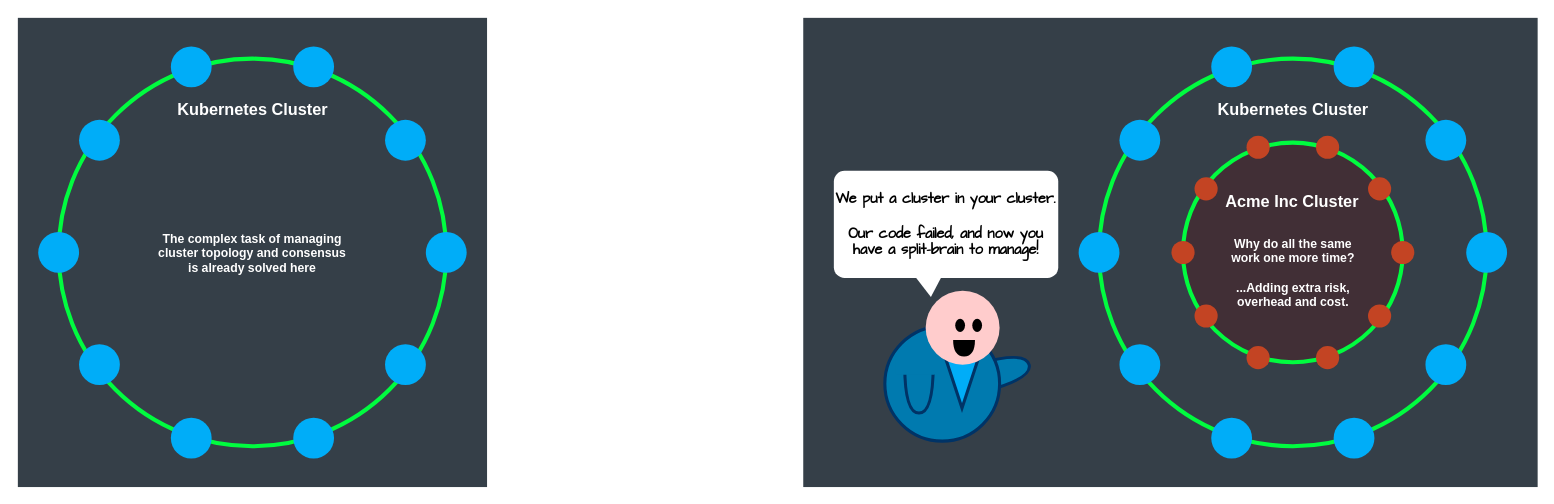
This is page "Clusters" (12 of 13) of hugo/content/docs/cluster/intro/clusterintro.drawio from asynkron/protoactor-website, a draw.io file, before an edit. Source tidied: cells renumbered, new cells numbered last; positions are measured from the earlier drawing's top-left corner, leaving out a move shared by most shapes. Both pictures are drawn from the tidied source at 102%, with x=0, y=0 at pixel (17, 17).
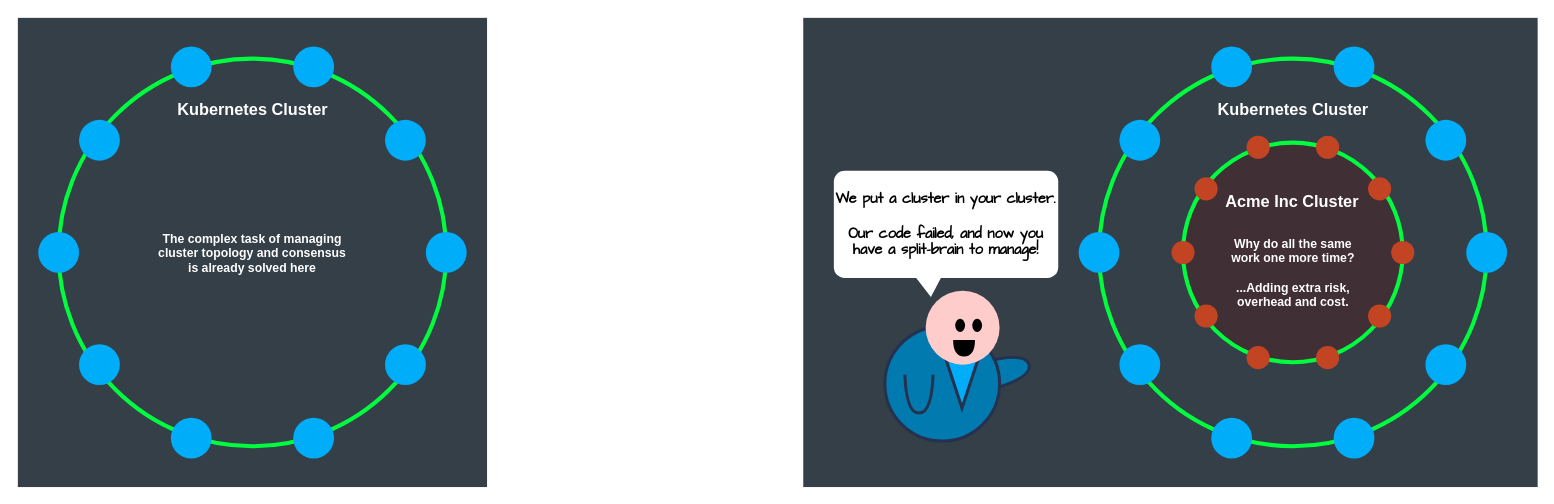
Above is the later version.

Change to the diagram source:
```diff
@@
-    <mxCell id="3" style="shape=or;whiteSpace=wrap;html=1;strokeWidth=3;gradientColor=none;fontFamily=Comic Sans MS;fontSize=12;fontColor=#FFFFFF;rotation=-15;fillColor=#007AAF;fontStyle=0;strokeColor=#003366;" parent="1" vertex="1">
+    <mxCell id="3" style="shape=or;whiteSpace=wrap;html=1;strokeWidth=3;gradientColor=none;fontFamily=Comic Sans MS;fontSize=12;fontColor=#FFFFFF;rotation=-15;fillColor=#007AAF;fontStyle=0;sketch=0;strokeColor=#25324F;" parent="1" vertex="1">
       <mxGeometry x="945.3" y="332.1" width="46.9" height="27.9" as="geometry" />
     </mxCell>
-    <mxCell id="4" style="ellipse;whiteSpace=wrap;html=1;strokeWidth=3;fontColor=#FFFFFF;fontStyle=1;fillColor=#007AAF;strokeColor=#003366;" parent="1" vertex="1">
+    <mxCell id="4" style="ellipse;whiteSpace=wrap;html=1;strokeWidth=3;fontColor=#FFFFFF;fontStyle=1;fillColor=#007AAF;strokeColor=#25324F;" parent="1" vertex="1">
       <mxGeometry x="850" y="302.5" width="112.5" height="112.5" as="geometry" />
     </mxCell>
-    <mxCell id="5" style="triangle;whiteSpace=wrap;html=1;strokeWidth=3;gradientColor=none;fontFamily=Comic Sans MS;fontSize=12;fontColor=#FFFFFF;rotation=90;fillColor=#00ADF8;strokeColor=#003366;" parent="1" vertex="1">
+    <mxCell id="5" style="triangle;whiteSpace=wrap;html=1;strokeWidth=3;gradientColor=none;fontFamily=Comic Sans MS;fontSize=12;fontColor=#FFFFFF;rotation=90;fillColor=#00ADF8;strokeColor=#25324F;" parent="1" vertex="1">
       <mxGeometry x="900" y="340" width="51.3" height="33.8" as="geometry" />
     </mxCell>
@@
-    <mxCell id="7" style="ellipse;whiteSpace=wrap;html=1;strokeColor=#00FC3F;strokeWidth=4;fillColor=none;" parent="1" vertex="1">
+    <mxCell id="7" style="ellipse;whiteSpace=wrap;html=1;strokeColor=#00FC3F;strokeWidth=4;fillColor=none;sketch=0;" parent="1" vertex="1">
       <mxGeometry x="1060" y="40" width="380" height="380" as="geometry" />
     </mxCell>
@@
-    <mxCell id="46" style="ellipse;whiteSpace=wrap;html=1;strokeWidth=3;fontColor=#FFFFFF;fontStyle=1;strokeColor=none;fillColor=#FFCCCC;" parent="1" vertex="1">
+    <mxCell id="46" style="ellipse;whiteSpace=wrap;html=1;strokeWidth=3;fontColor=#FFFFFF;fontStyle=1;fillColor=#FFCCCC;strokeColor=none;" parent="1" vertex="1">
       <mxGeometry x="890" y="267.5" width="72.5" height="72.5" as="geometry" />
     </mxCell>
@@
-    <mxCell id="51" style="shape=or;whiteSpace=wrap;html=1;strokeWidth=3;gradientColor=none;fontFamily=Comic Sans MS;fontSize=12;fontColor=#FFFFFF;rotation=90;fillColor=#007AAF;strokeOpacity=100;strokeColor=#003366;" parent="1" vertex="1">
+    <mxCell id="51" style="shape=or;whiteSpace=wrap;html=1;strokeWidth=3;gradientColor=none;fontFamily=Comic Sans MS;fontSize=12;fontColor=#FFFFFF;rotation=90;fillColor=#007AAF;strokeOpacity=100;strokeColor=#25324F;" parent="1" vertex="1">
       <mxGeometry x="860" y="350" width="46.9" height="27.9" as="geometry" />
     </mxCell>
```
